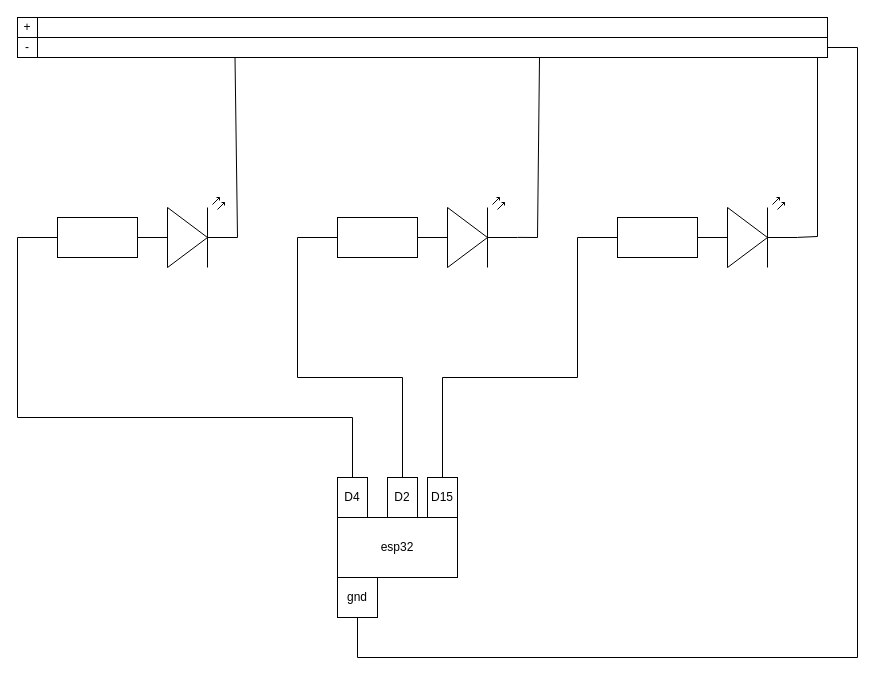
The draw.io diagram traffic_light/traffic_light_circuit.drawio in kargamant/embedded_adventure, before the edit. Source tidied: cells renumbered, new cells numbered last; positions are measured from the earlier drawing's top-left corner, leaving out a move shared by most shapes. Both pictures are drawn from the tidied source at 100%, with x=0, y=0 at pixel (17, 17).
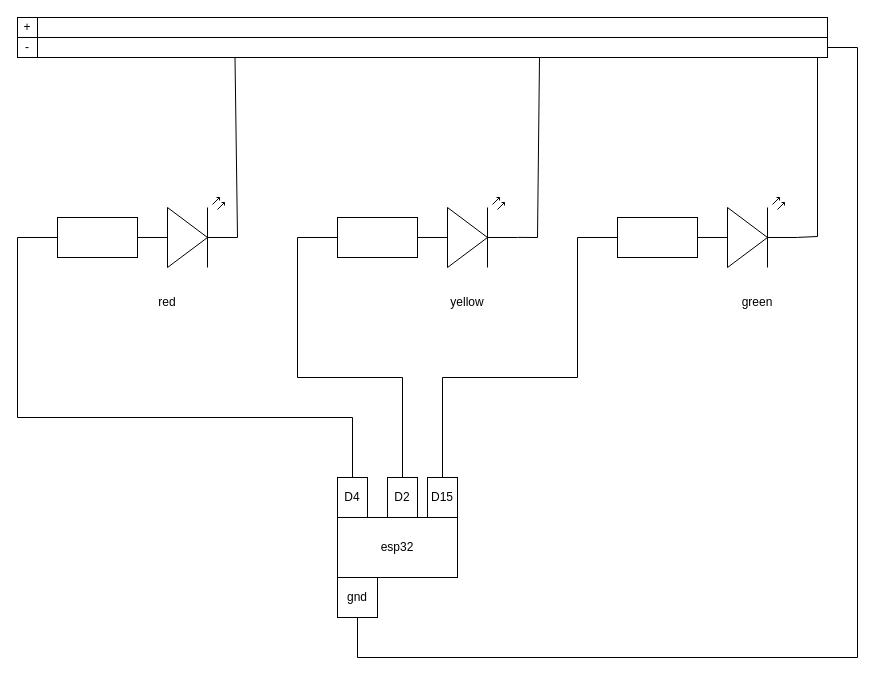
The same page after the edit.

The edit, as a diff of the source:
```diff
@@
+    <mxCell id="24" value="red" style="text;html=1;whiteSpace=wrap;strokeColor=none;fillColor=none;align=center;verticalAlign=middle;rounded=0;" parent="1" vertex="1">
+      <mxGeometry x="120" y="270" width="60" height="30" as="geometry" />
+    </mxCell>
+    <mxCell id="25" value="yellow" style="text;html=1;whiteSpace=wrap;strokeColor=none;fillColor=none;align=center;verticalAlign=middle;rounded=0;" parent="1" vertex="1">
+      <mxGeometry x="420" y="270" width="60" height="30" as="geometry" />
+    </mxCell>
+    <mxCell id="26" value="green" style="text;html=1;whiteSpace=wrap;strokeColor=none;fillColor=none;align=center;verticalAlign=middle;rounded=0;" parent="1" vertex="1">
+      <mxGeometry x="710" y="270" width="60" height="30" as="geometry" />
+    </mxCell>
```
